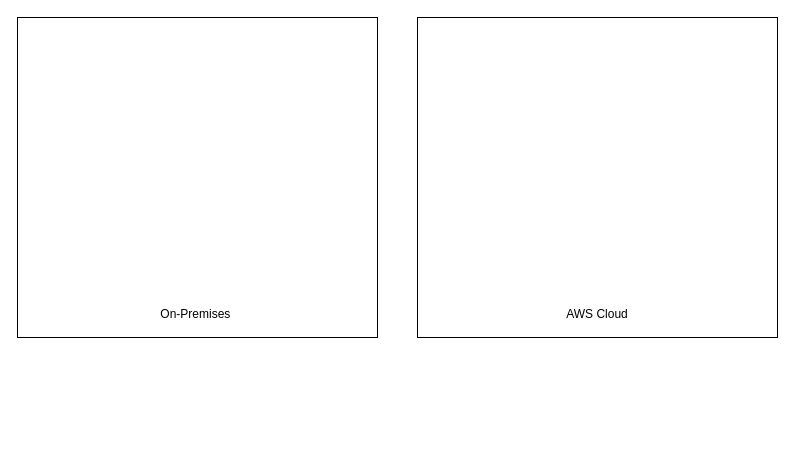
The draw.io diagram Untitled Diagram.drawio in vrunda87/hello-world, before the edit. Source tidied: cells renumbered, new cells numbered last; positions are measured from the earlier drawing's top-left corner, leaving out a move shared by most shapes. Both pictures are drawn from the tidied source at 100%, with x=0, y=0 at pixel (17, 17).
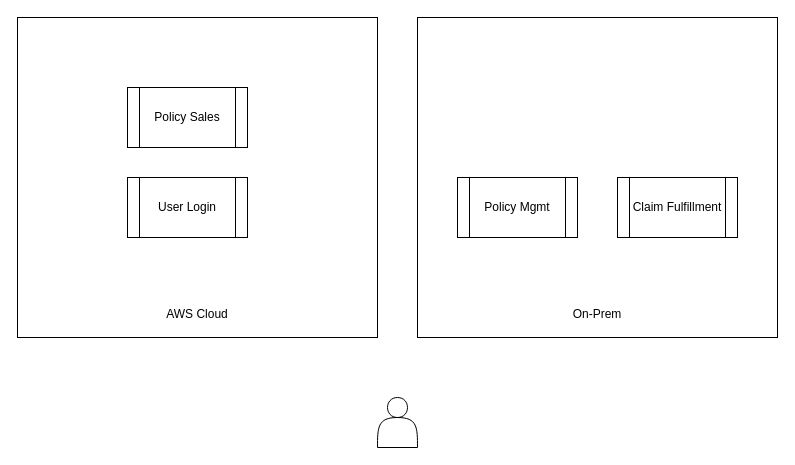
The same page after the edit.

Diff of the diagram source:
```diff
@@
 <mxGraphModel>
   <root>
     <mxCell id="0" />
     <mxCell id="1" parent="0" />
-    <mxCell id="2" value="&lt;br&gt;&lt;br&gt;&lt;br&gt;&lt;br&gt;&lt;br&gt;&lt;br&gt;&lt;br&gt;&lt;br&gt;&lt;br&gt;&lt;br&gt;&lt;br&gt;&lt;br&gt;&lt;br&gt;&lt;br&gt;&lt;br&gt;&lt;br&gt;&lt;br&gt;&lt;br&gt;&lt;br&gt;On-Premises&lt;span style=&quot;white-space: pre&quot;&gt; &lt;/span&gt;" style="rounded=0;whiteSpace=wrap;html=1;" parent="1" vertex="1">
+    <mxCell id="2" value="&lt;br&gt;&lt;br&gt;&lt;br&gt;&lt;br&gt;&lt;br&gt;&lt;br&gt;&lt;br&gt;&lt;br&gt;&lt;br&gt;&lt;br&gt;&lt;br&gt;&lt;br&gt;&lt;br&gt;&lt;br&gt;&lt;br&gt;&lt;br&gt;&lt;br&gt;&lt;br&gt;&lt;br&gt;AWS Cloud" style="rounded=0;whiteSpace=wrap;html=1;" parent="1" vertex="1">
       <mxGeometry width="360" height="320" as="geometry" />
     </mxCell>
-    <mxCell id="3" value="&lt;br&gt;&lt;br&gt;&lt;br&gt;&lt;br&gt;&lt;br&gt;&lt;br&gt;&lt;br&gt;&lt;br&gt;&lt;br&gt;&lt;br&gt;&lt;br&gt;&lt;br&gt;&lt;br&gt;&lt;br&gt;&lt;br&gt;&lt;br&gt;&lt;br&gt;&lt;br&gt;&lt;br&gt;AWS Cloud" style="rounded=0;whiteSpace=wrap;html=1;" parent="1" vertex="1">
+    <mxCell id="3" value="&lt;br&gt;&lt;br&gt;&lt;br&gt;&lt;br&gt;&lt;br&gt;&lt;br&gt;&lt;br&gt;&lt;br&gt;&lt;br&gt;&lt;br&gt;&lt;br&gt;&lt;br&gt;&lt;br&gt;&lt;br&gt;&lt;br&gt;&lt;br&gt;&lt;br&gt;&lt;br&gt;&lt;br&gt;On-Prem" style="rounded=0;whiteSpace=wrap;html=1;" parent="1" vertex="1">
       <mxGeometry x="400" width="360" height="320" as="geometry" />
     </mxCell>
+    <mxCell id="4" value="Policy Mgmt" style="shape=process;whiteSpace=wrap;html=1;backgroundOutline=1;" parent="1" vertex="1">
+      <mxGeometry x="440" y="160" width="120" height="60" as="geometry" />
+    </mxCell>
+    <mxCell id="5" value="Claim Fulfillment" style="shape=process;whiteSpace=wrap;html=1;backgroundOutline=1;" parent="1" vertex="1">
+      <mxGeometry x="600" y="160" width="120" height="60" as="geometry" />
+    </mxCell>
+    <mxCell id="6" value="Policy Sales" style="shape=process;whiteSpace=wrap;html=1;backgroundOutline=1;" parent="1" vertex="1">
+      <mxGeometry x="110" y="70" width="120" height="60" as="geometry" />
+    </mxCell>
+    <mxCell id="7" value="User Login" style="shape=process;whiteSpace=wrap;html=1;backgroundOutline=1;" parent="1" vertex="1">
+      <mxGeometry x="110" y="160" width="120" height="60" as="geometry" />
+    </mxCell>
+    <mxCell id="8" style="shape=actor;whiteSpace=wrap;html=1;" parent="1" vertex="1">
+      <mxGeometry x="360" y="380" width="40" height="50" as="geometry" />
+    </mxCell>
   </root>
 </mxGraphModel>
```
